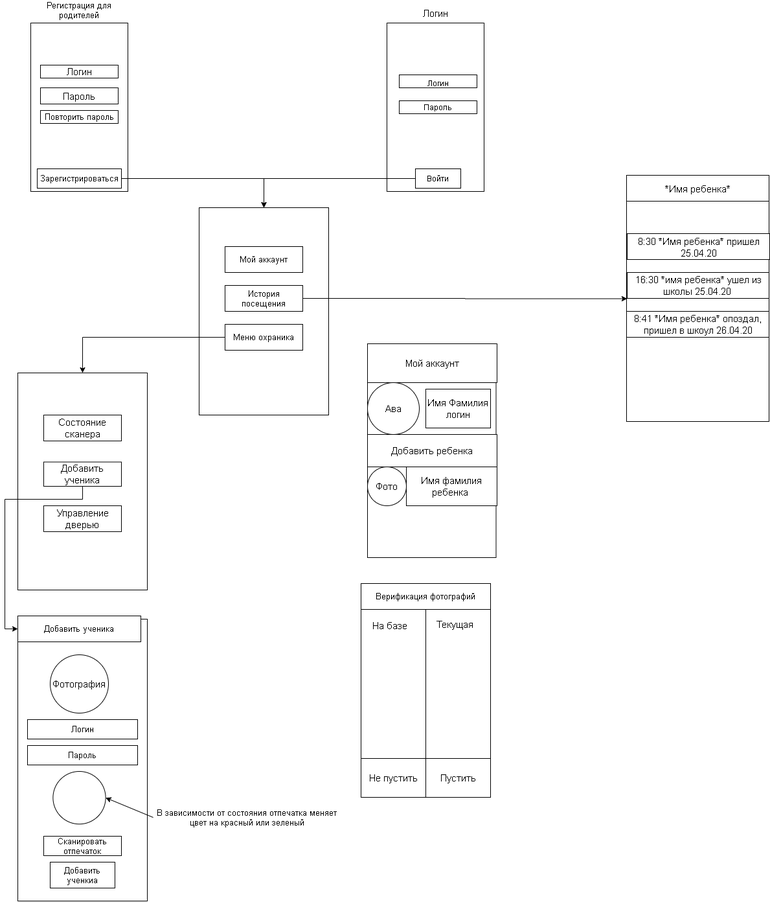
Earlier version of the draw.io export schema.png (Njves/njves.github.io). Source tidied: cells renumbered, new cells last; positions are measured from the earlier drawing's top-left corner, leaving out a move shared by most shapes.
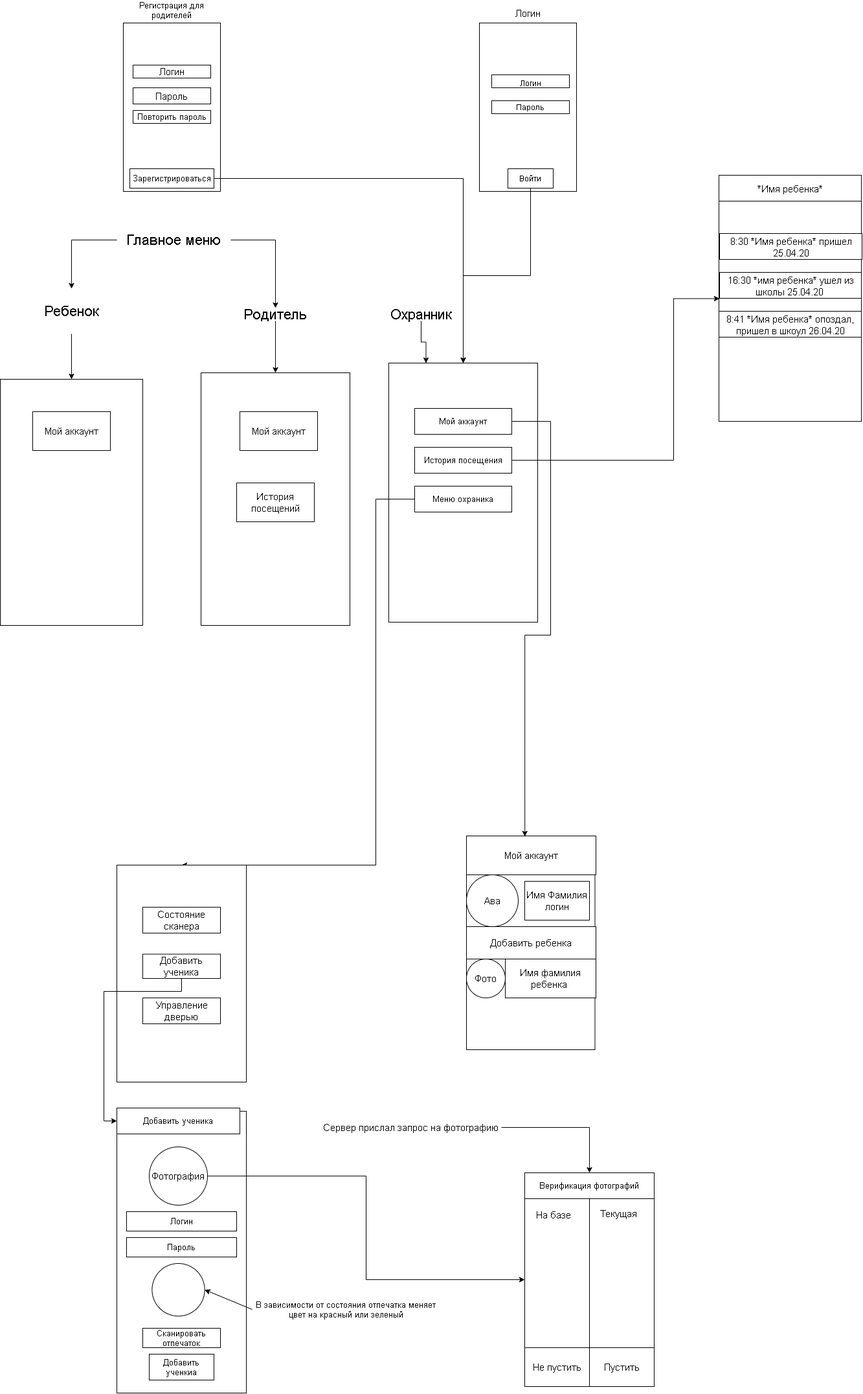
After the change.

What changed in the source:
```diff
@@ -63,74 +63,92 @@
       <mxGeometry x="40" width="150" height="30" as="geometry" />
     </mxCell>
     <mxCell id="22" style="rounded=0;whiteSpace=wrap;html=1;fontSize=13;" parent="1" vertex="1">
-      <mxGeometry x="300" y="320" width="200" height="320" as="geometry" />
+      <mxGeometry x="450" y="560" width="230" height="400" as="geometry" />
     </mxCell>
     <mxCell id="23" style="edgeStyle=orthogonalEdgeStyle;rounded=0;jettySize=auto;html=1;entryX=0.004;entryY=0.472;entryDx=0;entryDy=0;entryPerimeter=0;fontSize=15;" parent="1" edge="1" source="24">
       <mxGeometry relative="1" as="geometry">
         <mxPoint x="960.9" y="460.5" as="targetPoint" />
+        <Array as="points">
+          <mxPoint x="890" y="710" />
+          <mxPoint x="890" y="461" />
+        </Array>
       </mxGeometry>
     </mxCell>
     <mxCell id="24" value="История посещения" style="rounded=0;whiteSpace=wrap;html=1;fontSize=13;" parent="1" vertex="1">
-      <mxGeometry x="340" y="440" width="120" height="40" as="geometry" />
+      <mxGeometry x="490" y="690" width="150" height="40" as="geometry" />
     </mxCell>
     <mxCell id="25" style="edgeStyle=orthogonalEdgeStyle;rounded=0;jettySize=auto;html=1;entryX=0.5;entryY=0;entryDx=0;entryDy=0;fontSize=15;" parent="1" edge="1" source="26" target="48">
-      <mxGeometry relative="1" as="geometry" />
+      <mxGeometry relative="1" as="geometry">
+        <Array as="points">
+          <mxPoint x="430" y="770" />
+          <mxPoint x="430" y="1335" />
+        </Array>
+      </mxGeometry>
     </mxCell>
     <mxCell id="26" value="Меню охраника" style="rounded=0;whiteSpace=wrap;html=1;fontSize=13;" parent="1" vertex="1">
-      <mxGeometry x="340" y="500" width="120" height="40" as="geometry" />
+      <mxGeometry x="490" y="750" width="150" height="40" as="geometry" />
     </mxCell>
+    <mxCell id="61" style="edgeStyle=orthogonalEdgeStyle;rounded=0;jettySize=auto;html=1;entryX=0.451;entryY=0.013;entryDx=0;entryDy=0;entryPerimeter=0;fontSize=15;" parent="1" edge="1" source="27" target="55">
+      <mxGeometry relative="1" as="geometry">
+        <Array as="points">
+          <mxPoint x="700" y="650" />
+          <mxPoint x="700" y="980" />
+          <mxPoint x="660" y="980" />
+        </Array>
+      </mxGeometry>
+    </mxCell>
     <mxCell id="27" value="Мой аккаунт" style="rounded=0;whiteSpace=wrap;html=1;fontSize=13;" parent="1" vertex="1">
-      <mxGeometry x="340" y="380" width="120" height="40" as="geometry" />
+      <mxGeometry x="490" y="630" width="150" height="40" as="geometry" />
     </mxCell>
     <mxCell id="28" style="rounded=0;whiteSpace=wrap;html=1;fontSize=13;" parent="1" vertex="1">
-      <mxGeometry x="20" y="955" width="200" height="435" as="geometry" />
+      <mxGeometry x="30" y="1715" width="200" height="435" as="geometry" />
     </mxCell>
     <mxCell id="29" value="Добавить ученика" style="rounded=0;whiteSpace=wrap;html=1;fontSize=13;" parent="1" vertex="1">
-      <mxGeometry x="20" y="950" width="190" height="40" as="geometry" />
+      <mxGeometry x="30" y="1710" width="190" height="40" as="geometry" />
     </mxCell>
     <mxCell id="30" value="Логин" style="rounded=0;whiteSpace=wrap;html=1;fontSize=13;" parent="1" vertex="1">
-      <mxGeometry x="35" y="1110" width="170" height="30" as="geometry" />
+      <mxGeometry x="45" y="1870" width="170" height="30" as="geometry" />
     </mxCell>
     <mxCell id="31" value="Пароль" style="rounded=0;whiteSpace=wrap;html=1;fontSize=13;" parent="1" vertex="1">
-      <mxGeometry x="35" y="1150" width="170" height="30" as="geometry" />
+      <mxGeometry x="45" y="1910" width="170" height="30" as="geometry" />
     </mxCell>
     <mxCell id="32" value="Сканировать отпечаток" style="rounded=0;whiteSpace=wrap;html=1;fontSize=13;" parent="1" vertex="1">
-      <mxGeometry x="60" y="1290" width="120" height="30" as="geometry" />
+      <mxGeometry x="70" y="2050" width="120" height="30" as="geometry" />
     </mxCell>
     <mxCell id="33" style="ellipse;whiteSpace=wrap;html=1;fontSize=13;" parent="1" vertex="1">
-      <mxGeometry x="74.4" y="1190" width="81.2" height="81.2" as="geometry" />
+      <mxGeometry x="84.4" y="1950" width="81.2" height="81.2" as="geometry" />
     </mxCell>
     <mxCell id="34" style="endArrow=classic;html=1;fontSize=13;entryX=1;entryY=0.5;entryDx=0;entryDy=0;exitX=0;exitY=0.5;exitDx=0;exitDy=0;" parent="1" edge="1" source="35" target="33">
       <mxGeometry relative="1" as="geometry" />
     </mxCell>
     <mxCell id="35" value="В зависимости от состояния отпечатка меняет цвет на красный или зеленый" style="text;html=1;strokeColor=none;fillColor=none;align=center;verticalAlign=middle;whiteSpace=wrap;rounded=0;fontSize=13;" parent="1" vertex="1">
-      <mxGeometry x="229" y="1220" width="290" height="82" as="geometry" />
+      <mxGeometry x="239" y="1980" width="290" height="82" as="geometry" />
     </mxCell>
     <mxCell id="36" value="Добавить ученкиа" style="rounded=0;whiteSpace=wrap;html=1;fontSize=13;" parent="1" vertex="1">
-      <mxGeometry x="70" y="1330" width="100" height="40" as="geometry" />
+      <mxGeometry x="80" y="2090" width="100" height="40" as="geometry" />
     </mxCell>
     <mxCell id="37" style="rounded=0;whiteSpace=wrap;html=1;fontSize=13;" parent="1" vertex="1">
-      <mxGeometry x="550" y="900" width="200" height="330" as="geometry" />
+      <mxGeometry x="660" y="1810" width="200" height="330" as="geometry" />
     </mxCell>
     <mxCell id="38" value="Верификация фотографий" style="rounded=0;whiteSpace=wrap;html=1;fontSize=13;" parent="1" vertex="1">
-      <mxGeometry x="550" y="900" width="200" height="40" as="geometry" />
+      <mxGeometry x="660" y="1810" width="200" height="40" as="geometry" />
     </mxCell>
     <mxCell id="39" style="endArrow=none;html=1;fontSize=13;exitX=0.5;exitY=1;exitDx=0;exitDy=0;" parent="1" edge="1" source="37">
       <mxGeometry relative="1" as="geometry">
-        <mxPoint x="650" y="940" as="targetPoint" />
+        <mxPoint x="760" y="1850" as="targetPoint" />
       </mxGeometry>
     </mxCell>
     <mxCell id="40" value="На базе" style="text;html=1;strokeColor=none;fillColor=none;align=center;verticalAlign=middle;whiteSpace=wrap;rounded=0;fontSize=15;" parent="1" vertex="1">
-      <mxGeometry x="560" y="950" width="70" height="30" as="geometry" />
+      <mxGeometry x="670" y="1860" width="70" height="30" as="geometry" />
     </mxCell>
     <mxCell id="41" value="Текущая" style="text;html=1;strokeColor=none;fillColor=none;align=center;verticalAlign=middle;whiteSpace=wrap;rounded=0;fontSize=15;" parent="1" vertex="1">
-      <mxGeometry x="660" y="950" width="70" height="25" as="geometry" />
+      <mxGeometry x="770" y="1860" width="70" height="25" as="geometry" />
     </mxCell>
     <mxCell id="42" value="Не пустить" style="rounded=0;whiteSpace=wrap;html=1;fontSize=15;" parent="1" vertex="1">
-      <mxGeometry x="550" y="1170" width="100" height="60" as="geometry" />
+      <mxGeometry x="660" y="2080" width="100" height="60" as="geometry" />
     </mxCell>
     <mxCell id="43" value="Пустить" style="rounded=0;whiteSpace=wrap;html=1;fontSize=15;" parent="1" vertex="1">
-      <mxGeometry x="650" y="1170" width="100" height="60" as="geometry" />
+      <mxGeometry x="760" y="2080" width="100" height="60" as="geometry" />
     </mxCell>
     <mxCell id="44" value="*Имя ребенка*" style="rounded=0;whiteSpace=wrap;html=1;fontSize=15;spacingTop=3;spacingBottom=2;spacingLeft=3;spacingRight=2;" parent="1" vertex="1">
       <mxGeometry x="960" y="270" width="220" height="40" as="geometry" />
@@ -145,49 +163,100 @@
       <mxGeometry x="960" y="480" width="220" height="40" as="geometry" />
     </mxCell>
     <mxCell id="48" style="rounded=0;whiteSpace=wrap;html=1;fontSize=15;" parent="1" vertex="1">
-      <mxGeometry x="20" y="575" width="200" height="335" as="geometry" />
+      <mxGeometry x="30" y="1335" width="200" height="335" as="geometry" />
     </mxCell>
     <mxCell id="49" value="Состояние сканера" style="rounded=0;whiteSpace=wrap;html=1;fontSize=15;" parent="1" vertex="1">
-      <mxGeometry x="60" y="640" width="120" height="40" as="geometry" />
+      <mxGeometry x="70" y="1400" width="120" height="40" as="geometry" />
     </mxCell>
     <mxCell id="50" style="edgeStyle=orthogonalEdgeStyle;rounded=0;jettySize=auto;html=1;entryX=0;entryY=0.5;entryDx=0;entryDy=0;fontSize=15;" parent="1" edge="1" source="51" target="29">
       <mxGeometry relative="1" as="geometry">
         <Array as="points">
-          <mxPoint x="120" y="770" />
-          <mxPoint y="770" />
-          <mxPoint y="970" />
+          <mxPoint x="130" y="1530" />
+          <mxPoint x="10" y="1530" />
+          <mxPoint x="10" y="1730" />
         </Array>
       </mxGeometry>
     </mxCell>
     <mxCell id="51" value="Добавить ученика" style="rounded=0;whiteSpace=wrap;html=1;fontSize=15;" parent="1" vertex="1">
-      <mxGeometry x="60" y="712.5" width="120" height="37.5" as="geometry" />
+      <mxGeometry x="70" y="1472.5" width="120" height="37.5" as="geometry" />
     </mxCell>
     <mxCell id="52" value="Управление дверью" style="rounded=0;whiteSpace=wrap;html=1;fontSize=15;" parent="1" vertex="1">
-      <mxGeometry x="60" y="780" width="120" height="40" as="geometry" />
+      <mxGeometry x="70" y="1540" width="120" height="40" as="geometry" />
     </mxCell>
+    <mxCell id="62" style="edgeStyle=orthogonalEdgeStyle;rounded=0;jettySize=auto;html=1;entryX=0;entryY=0.5;entryDx=0;entryDy=0;fontSize=15;" parent="1" edge="1" source="53" target="37">
+      <mxGeometry relative="1" as="geometry" />
+    </mxCell>
     <mxCell id="53" value="Фотография" style="ellipse;whiteSpace=wrap;html=1;fontSize=15;" parent="1" vertex="1">
-      <mxGeometry x="70" y="1010" width="90" height="90" as="geometry" />
+      <mxGeometry x="80" y="1770" width="90" height="90" as="geometry" />
     </mxCell>
     <mxCell id="54" style="rounded=0;whiteSpace=wrap;html=1;fontSize=15;" parent="1" vertex="1">
-      <mxGeometry x="560" y="530" width="198.5" height="330" as="geometry" />
+      <mxGeometry x="570" y="1290" width="198.5" height="330" as="geometry" />
     </mxCell>
     <mxCell id="55" value="Мой аккаунт" style="rounded=0;whiteSpace=wrap;html=1;fontSize=15;" parent="1" vertex="1">
-      <mxGeometry x="560" y="530" width="200" height="60" as="geometry" />
+      <mxGeometry x="570" y="1290" width="200" height="60" as="geometry" />
     </mxCell>
     <mxCell id="56" value="Ава" style="ellipse;whiteSpace=wrap;html=1;fontSize=15;" parent="1" vertex="1">
-      <mxGeometry x="560" y="590" width="80" height="80" as="geometry" />
+      <mxGeometry x="570" y="1350" width="80" height="80" as="geometry" />
     </mxCell>
     <mxCell id="57" value="Имя Фамилия логин" style="rounded=0;whiteSpace=wrap;html=1;fontSize=15;" parent="1" vertex="1">
-      <mxGeometry x="650" y="600" width="100" height="60" as="geometry" />
+      <mxGeometry x="660" y="1360" width="100" height="60" as="geometry" />
     </mxCell>
     <mxCell id="58" value="Добавить ребенка" style="rounded=0;whiteSpace=wrap;html=1;fontSize=15;" parent="1" vertex="1">
-      <mxGeometry x="560" y="670" width="200" height="50" as="geometry" />
+      <mxGeometry x="570" y="1430" width="200" height="50" as="geometry" />
     </mxCell>
     <mxCell id="59" value="Имя фамилия ребенка&amp;nbsp;" style="rounded=0;whiteSpace=wrap;html=1;fontSize=15;" parent="1" vertex="1">
-      <mxGeometry x="620" y="720" width="140" height="60" as="geometry" />
+      <mxGeometry x="630" y="1480" width="140" height="60" as="geometry" />
     </mxCell>
     <mxCell id="60" value="Фото" style="ellipse;whiteSpace=wrap;html=1;fontSize=15;" parent="1" vertex="1">
-      <mxGeometry x="560" y="720" width="60" height="60" as="geometry" />
+      <mxGeometry x="570" y="1480" width="60" height="60" as="geometry" />
     </mxCell>
+    <mxCell id="63" style="edgeStyle=orthogonalEdgeStyle;rounded=0;jettySize=auto;html=1;entryX=0.5;entryY=0;entryDx=0;entryDy=0;fontSize=15;" parent="1" edge="1" source="64" target="38">
+      <mxGeometry relative="1" as="geometry" />
+    </mxCell>
+    <mxCell id="64" value="Сервер прислал запрос на фотографию" style="text;html=1;strokeColor=none;fillColor=none;align=center;verticalAlign=middle;whiteSpace=wrap;rounded=0;fontSize=15;" parent="1" vertex="1">
+      <mxGeometry x="344" y="1730" width="280" height="20" as="geometry" />
+    </mxCell>
+    <mxCell id="65" style="rounded=0;whiteSpace=wrap;html=1;fontSize=15;" parent="1" vertex="1">
+      <mxGeometry x="-150" y="585" width="220" height="380" as="geometry" />
+    </mxCell>
+    <mxCell id="66" value="Мой аккаунт" style="rounded=0;whiteSpace=wrap;html=1;fontSize=15;" parent="1" vertex="1">
+      <mxGeometry x="-100" y="635" width="120" height="60" as="geometry" />
+    </mxCell>
+    <mxCell id="67" style="rounded=0;whiteSpace=wrap;html=1;fontSize=15;" parent="1" vertex="1">
+      <mxGeometry x="160" y="575" width="230" height="390" as="geometry" />
+    </mxCell>
+    <mxCell id="68" value="Мой аккаунт" style="rounded=0;whiteSpace=wrap;html=1;fontSize=15;" parent="1" vertex="1">
+      <mxGeometry x="220" y="635" width="120" height="60" as="geometry" />
+    </mxCell>
+    <mxCell id="69" value="История посещений" style="rounded=0;whiteSpace=wrap;html=1;fontSize=15;" parent="1" vertex="1">
+      <mxGeometry x="215" y="745" width="120" height="60" as="geometry" />
+    </mxCell>
+    <mxCell id="70" style="edgeStyle=orthogonalEdgeStyle;rounded=0;jettySize=auto;html=1;fontSize=22;" parent="1" edge="1" source="72" target="74">
+      <mxGeometry relative="1" as="geometry" />
+    </mxCell>
+    <mxCell id="71" style="edgeStyle=orthogonalEdgeStyle;rounded=0;jettySize=auto;html=1;entryX=0.5;entryY=0;entryDx=0;entryDy=0;fontSize=22;" parent="1" edge="1" source="72" target="76">
+      <mxGeometry relative="1" as="geometry" />
+    </mxCell>
+    <mxCell id="72" value="Главное меню" style="text;html=1;strokeColor=none;fillColor=none;align=center;verticalAlign=middle;whiteSpace=wrap;rounded=0;fontSize=22;" parent="1" vertex="1">
+      <mxGeometry x="30" y="350" width="176" height="40" as="geometry" />
+    </mxCell>
+    <mxCell id="73" style="edgeStyle=orthogonalEdgeStyle;rounded=0;jettySize=auto;html=1;entryX=0.5;entryY=0;entryDx=0;entryDy=0;fontSize=22;" parent="1" edge="1" source="74" target="65">
+      <mxGeometry relative="1" as="geometry" />
+    </mxCell>
+    <mxCell id="74" value="Ребенок" style="text;html=1;strokeColor=none;fillColor=none;align=center;verticalAlign=middle;whiteSpace=wrap;rounded=0;fontSize=22;" parent="1" vertex="1">
+      <mxGeometry x="-95" y="445" width="110" height="70" as="geometry" />
+    </mxCell>
+    <mxCell id="75" style="edgeStyle=orthogonalEdgeStyle;rounded=0;jettySize=auto;html=1;entryX=0.5;entryY=0;entryDx=0;entryDy=0;fontSize=22;" parent="1" edge="1" source="76" target="67">
+      <mxGeometry relative="1" as="geometry" />
+    </mxCell>
+    <mxCell id="76" value="Родитель" style="text;html=1;strokeColor=none;fillColor=none;align=center;verticalAlign=middle;whiteSpace=wrap;rounded=0;fontSize=22;" parent="1" vertex="1">
+      <mxGeometry x="255" y="475" width="40" height="20" as="geometry" />
+    </mxCell>
+    <mxCell id="77" style="edgeStyle=orthogonalEdgeStyle;rounded=0;jettySize=auto;html=1;entryX=0.25;entryY=0;entryDx=0;entryDy=0;fontSize=22;" parent="1" edge="1" source="78" target="22">
+      <mxGeometry relative="1" as="geometry" />
+    </mxCell>
+    <mxCell id="78" value="Охранник" style="text;html=1;strokeColor=none;fillColor=none;align=center;verticalAlign=middle;whiteSpace=wrap;rounded=0;fontSize=22;" parent="1" vertex="1">
+      <mxGeometry x="480" y="475" width="40" height="20" as="geometry" />
+    </mxCell>
   </root>
 </mxGraphModel>
```
